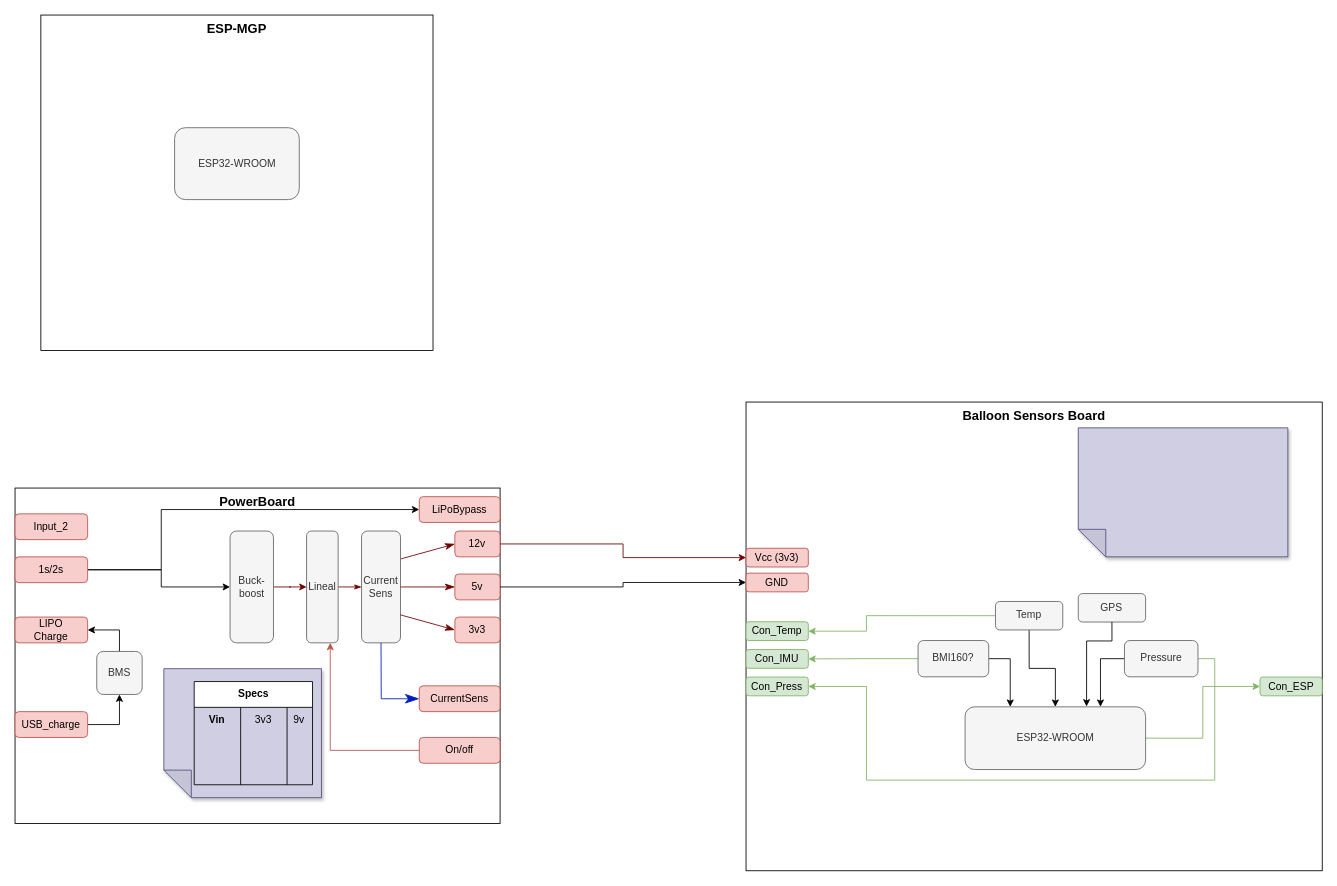
Earlier version of the draw.io diagram Docs/sources/Design.drawio (LaboratorioGluon/Icaro). Source tidied: cells renumbered, new cells numbered last; positions are measured from the earlier drawing's top-left corner, leaving out a move shared by most shapes. Both pictures are drawn from the tidied source at 86%, with x=0, y=0 at pixel (15, 15).
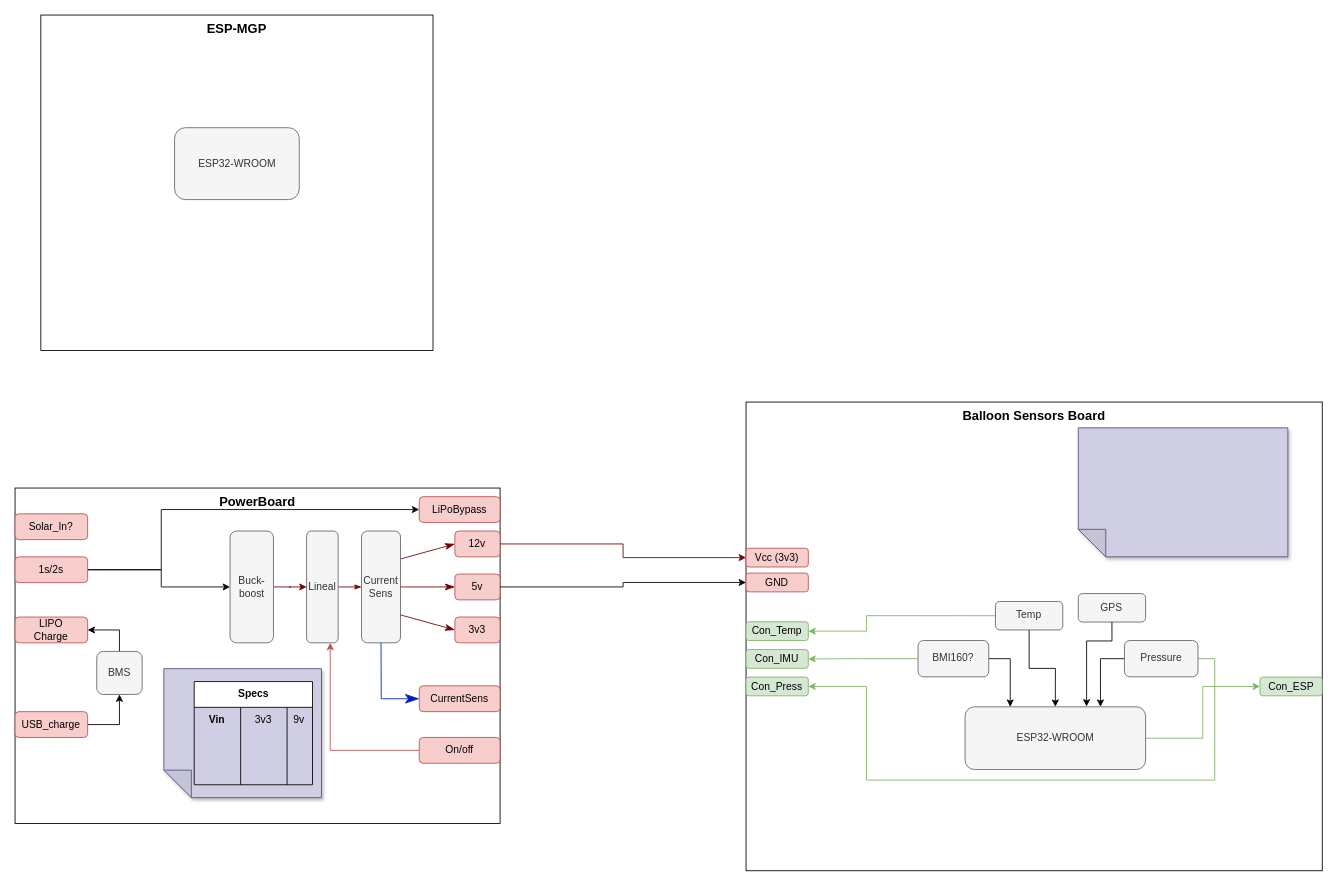
The same diagram, later.

The change refers to these unchanged cells:
```xml
<mxCell id="25" value="PowerBoard" style="rounded=0;whiteSpace=wrap;html=1;verticalAlign=top;fontStyle=1;fontSize=15;" parent="1" vertex="1">
  <mxGeometry y="550" width="564" height="390" as="geometry" />
</mxCell>
```

Change to the diagram source:
```diff
@@
-    <mxCell id="64" value="Input_2" style="rounded=1;whiteSpace=wrap;html=1;fillColor=#f8cecc;strokeColor=#b85450;" parent="25" vertex="1">
+    <mxCell id="64" value="Solar_In?" style="rounded=1;whiteSpace=wrap;html=1;fillColor=#f8cecc;strokeColor=#b85450;" parent="25" vertex="1">
       <mxGeometry y="30" width="84.4" height="30" as="geometry" />
     </mxCell>
```
